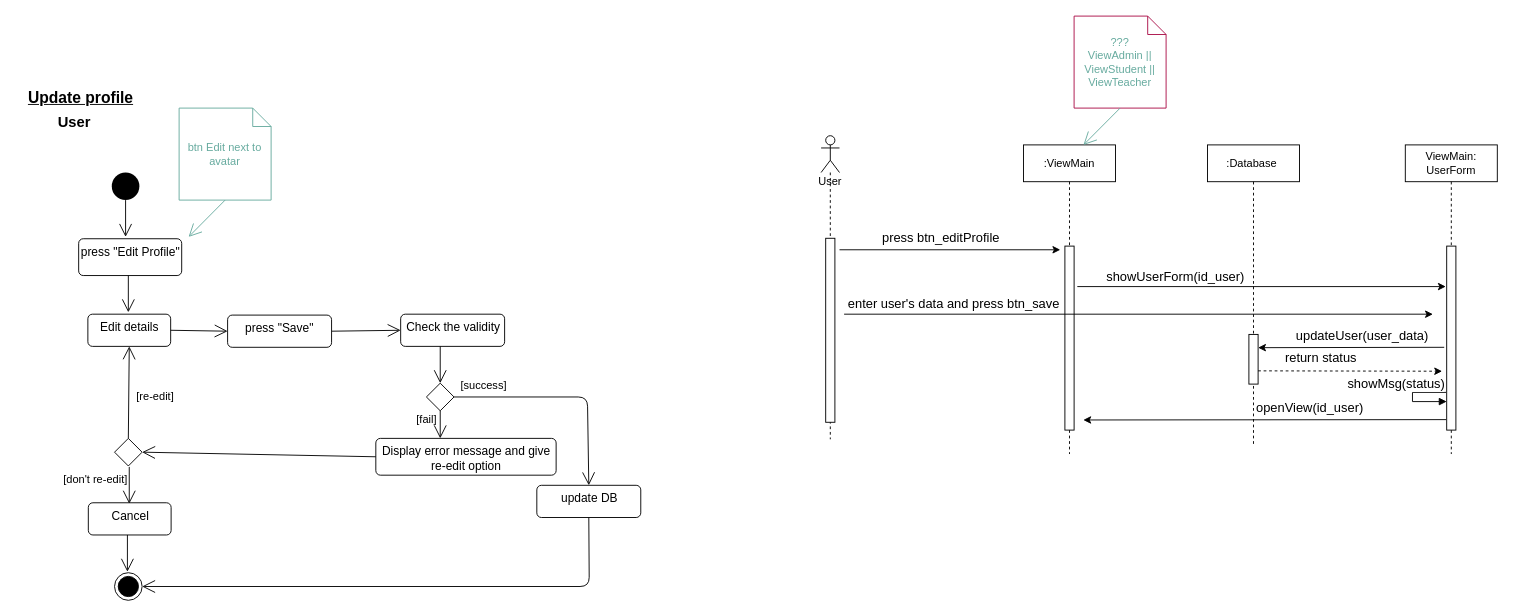
Above: page "update user" (7 of 8) of activity_diagram.drawio in alsousha/projectFinish (draw.io), before the change. Source tidied: cells renumbered, new cells numbered last; positions are measured from the earlier drawing's top-left corner, leaving out a move shared by most shapes. Both pictures are drawn from the tidied source at 92%, with x=0, y=0 at pixel (16, 16).
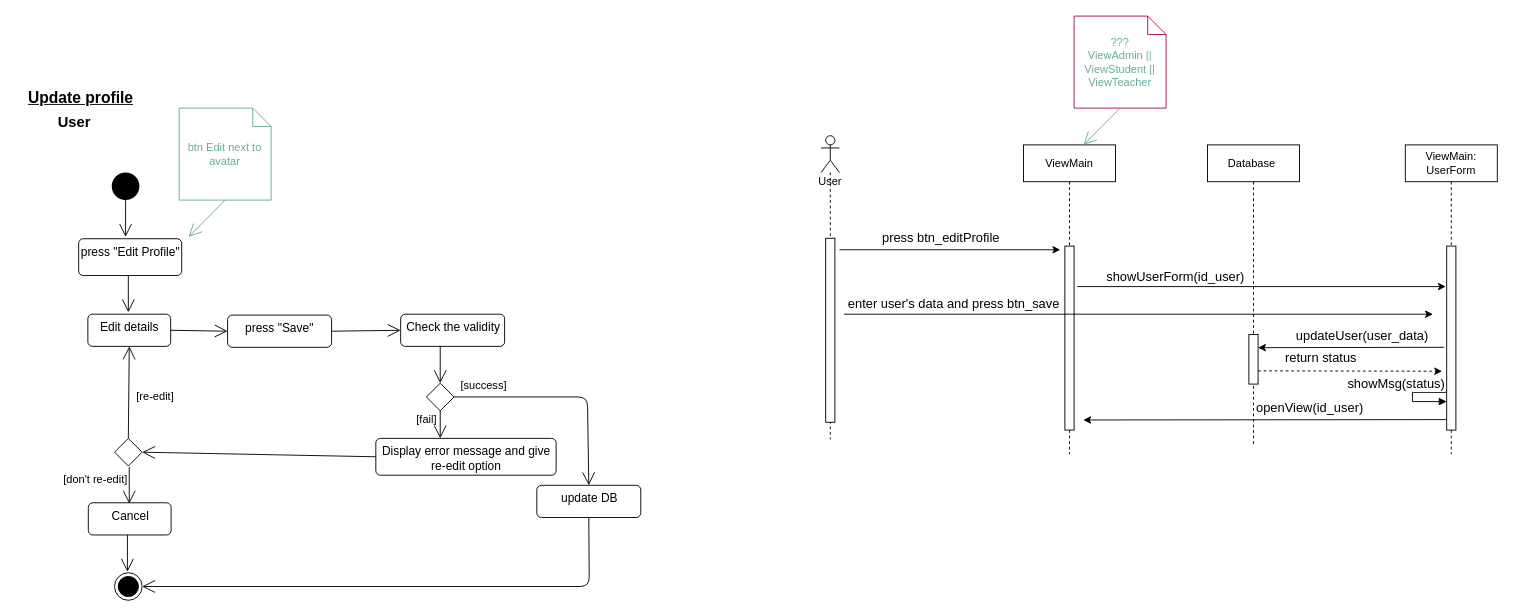
The same diagram, later.

Change to the diagram source:
```diff
@@
-    <mxCell id="35" value=":ViewMain" style="shape=umlLifeline;perimeter=lifelinePerimeter;whiteSpace=wrap;html=1;" parent="1" vertex="1">
+    <mxCell id="35" value="ViewMain" style="shape=umlLifeline;perimeter=lifelinePerimeter;whiteSpace=wrap;html=1;" parent="1" vertex="1">
       <mxGeometry x="1095" y="140" width="100" height="336" as="geometry" />
     </mxCell>
@@
-    <mxCell id="37" value=":Database&amp;nbsp;" style="shape=umlLifeline;perimeter=lifelinePerimeter;whiteSpace=wrap;html=1;" parent="1" vertex="1">
+    <mxCell id="37" value="Database&amp;nbsp;" style="shape=umlLifeline;perimeter=lifelinePerimeter;whiteSpace=wrap;html=1;" parent="1" vertex="1">
       <mxGeometry x="1295" y="140" width="100" height="326" as="geometry" />
     </mxCell>
```
